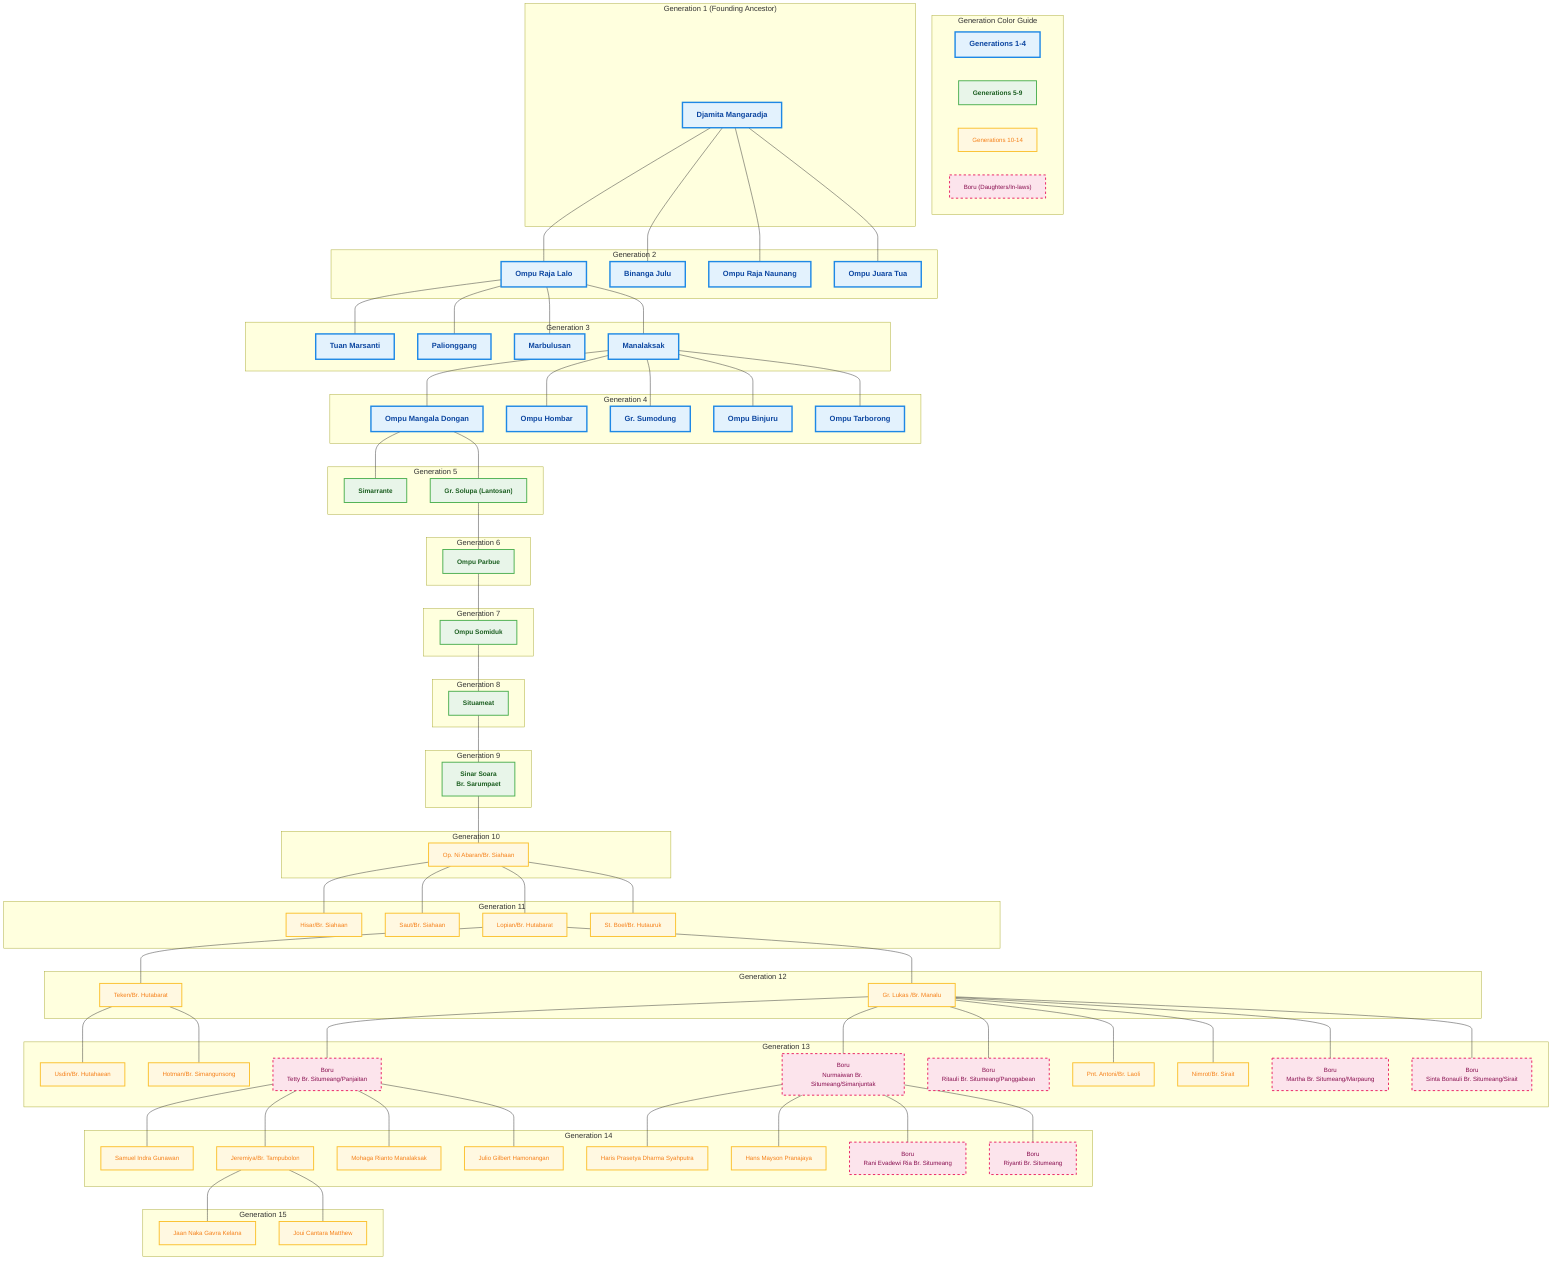
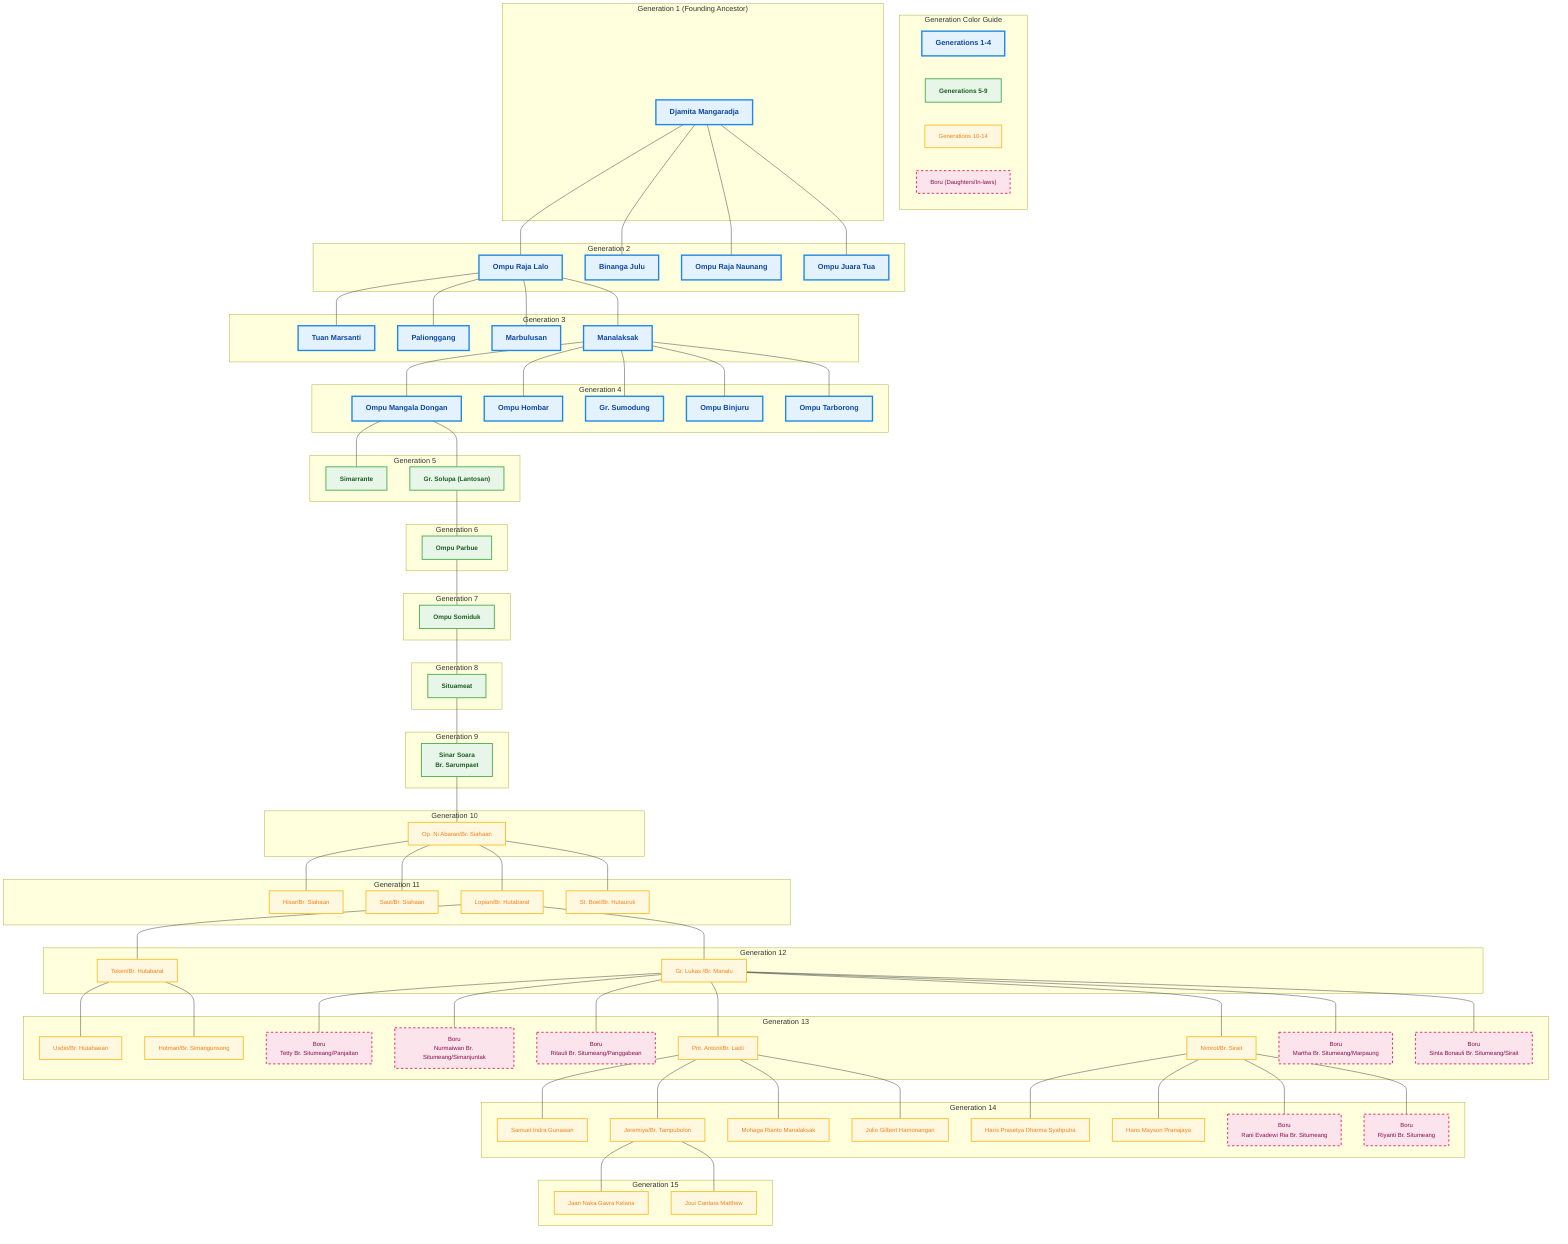
flowchart TD
    classDef genTop fill:#e3f2fd,stroke:#1e88e5,stroke-width:3px,font-size:16px,color:#0d47a1,font-weight:bold
    classDef genMid fill:#e8f5e9,stroke:#4caf50,stroke-width:2px,font-size:14px,color:#1b5e20,font-weight:bold
    classDef genDeep fill:#fff8e1,stroke:#fbc02d,stroke-width:2px,font-size:13px,color:#f57f17
    classDef boru fill:#fce4ec,stroke:#e91e63,stroke-width:2px,stroke-dasharray: 5 5,font-size:13px,color:#880e4f

    subgraph Legend["Generation Color Guide"]
        direction LR
        Key1["Generations 1-4"]:::genTop
        Key2["Generations 5-9"]:::genMid
        Key3["Generations 10-14"]:::genDeep
        Key4["Boru (Daughters/In-laws)"]:::boru
    end

    subgraph G1["Generation 1 (Founding Ancestor)"]
        L1["Djamita Mangaradja"]:::genTop
    end
    subgraph G2["Generation 2"]
        L2_1["Ompu Raja Lalo"]:::genTop
        L2_2["Binanga Julu"]:::genTop
        L2_3["Ompu Raja Naunang"]:::genTop
        L2_4["Ompu Juara Tua"]:::genTop
    end
    subgraph G3["Generation 3"]
        L3_1["Tuan Marsanti"]:::genTop
        L3_2["Palionggang"]:::genTop
        L3_3["Marbulusan"]:::genTop
        L3_4["Manalaksak"]:::genTop
    end
    subgraph G4["Generation 4"]
        L4_1["Ompu Mangala Dongan"]:::genTop
        L4_2["Ompu Hombar"]:::genTop
        L4_3["Gr. Sumodung"]:::genTop
        L4_4["Ompu Binjuru"]:::genTop
        L4_5["Ompu Tarborong"]:::genTop
    end
    subgraph G5["Generation 5"]
        L5_1["Simarrante"]:::genMid
        L5_2["Gr. Solupa (Lantosan)"]:::genMid
    end
    subgraph G6["Generation 6"]
        L6["Ompu Parbue"]:::genMid
    end
    subgraph G7["Generation 7"]
        L7["Ompu Somiduk"]:::genMid
    end
    subgraph G8["Generation 8"]
        L8["Situameat"]:::genMid
    end
    subgraph G9["Generation 9"]
        L9["Sinar Soara\nBr. Sarumpaet"]:::genMid
    end
    subgraph G10["Generation 10"]
        L10["Op. Ni Abaran/Br. Siahaan"]:::genDeep
    end
    subgraph G11["Generation 11"]
        L11_1["Hisar/Br. Siahaan"]:::genDeep
        L11_2["Saut/Br. Siahaan"]:::genDeep
        L11_3["Lopian/Br. Hutabarat"]:::genDeep
        L11_4["St. Boel/Br. Hutauruk"]:::genDeep
    end
    subgraph G12["Generation 12"]
        L12_1["Teken/Br. Hutabarat"]:::genDeep
        L12_2["Gr. Lukas /Br. Manalu"]:::genDeep
    end
    subgraph G13["Generation 13"]
        L13_1["Usdin/Br. Hutahaean"]:::genDeep
        L13_2["Hotman/Br. Simangunsong"]:::genDeep
        L13_3["Boru\nTetty Br. Situmeang/Panjaitan"]:::boru
        L13_4["Boru\nNurmaiwan Br. Situmeang/Simanjuntak"]:::boru
        L13_5["Boru\nRitauli Br. Situmeang/Panggabean"]:::boru
        L13_6["Pnt. Antoni/Br. Laoli"]:::genDeep
        L13_7["Nimrot/Br. Sirait"]:::genDeep
        L13_8["Boru\nMartha Br. Situmeang/Marpaung"]:::boru
        L13_9["Boru\nSinta Bonauli Br. Situmeang/Sirait"]:::boru
    end
    subgraph G14["Generation 14"]
        L14_1["Samuel Indra Gunawan"]:::genDeep
        L14_2["Jeremiya/Br. Tampubolon"]:::genDeep
        L14_3["Mohaga Rianto Manalaksak"]:::genDeep
        L14_4["Julio Gilbert Hamonangan"]:::genDeep
        L14_5["Haris Prasetya Dharma Syahputra"]:::genDeep
        L14_6["Hans Mayson Pranajaya"]:::genDeep
        L14_7["Boru\nRani Evadewi Ria Br. Situmeang"]:::boru
        L14_8["Boru\nRiyanti Br. Situmeang"]:::boru
    end
    subgraph G15["Generation 15"]
        L15_1["Jaan Naka Gavra Kelana"]:::genDeep
        L15_2["Joui Cantara Matthew"]:::genDeep
    end

    L1 --- L2_1
    L1 --- L2_2
    L1 --- L2_3
    L1 --- L2_4
    L2_1 --- L3_1
    L2_1 --- L3_2
    L2_1 --- L3_3
    L2_1 --- L3_4
    L3_4 --- L4_1
    L3_4 --- L4_2
    L3_4 --- L4_3
    L3_4 --- L4_4
    L3_4 --- L4_5
    L4_1 --- L5_1
    L4_1 --- L5_2
    L5_2 --- L6
    L6 --- L7
    L7 --- L8
    L8 --- L9
    L9 --- L10
    L10 --- L11_1
    L10 --- L11_2
    L10 --- L11_3
    L10 --- L11_4
    L11_3 --- L12_1
    L11_3 --- L12_2
    L12_1 --- L13_1
    L12_1 --- L13_2
    L12_2 --- L13_3
    L12_2 --- L13_4
    L12_2 --- L13_5
    L12_2 --- L13_6
    L12_2 --- L13_7
    L12_2 --- L13_8
    L12_2 --- L13_9
-     L13_3 --- L14_1
-     L13_3 --- L14_2
-     L13_3 --- L14_3
-     L13_3 --- L14_4
-     L13_4 --- L14_5
-     L13_4 --- L14_6
-     L13_4 --- L14_7
-     L13_4 --- L14_8
+     L13_6 --- L14_1
+     L13_6 --- L14_2
+     L13_6 --- L14_3
+     L13_6 --- L14_4
+     L13_7 --- L14_5
+     L13_7 --- L14_6
+     L13_7 --- L14_7
+     L13_7 --- L14_8
    L14_2 --- L15_1
    L14_2 --- L15_2
